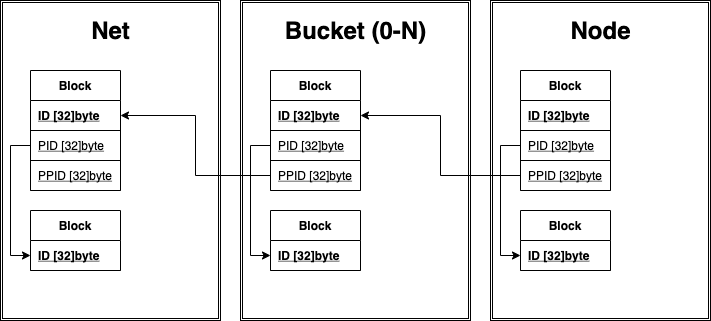
This is research/ledger.drawio.png from hulknet/hulk, a draw.io export, as it was before one commit. Source tidied: cells renumbered, new cells last; positions are measured from the earlier drawing's top-left corner, leaving out a move shared by most shapes.
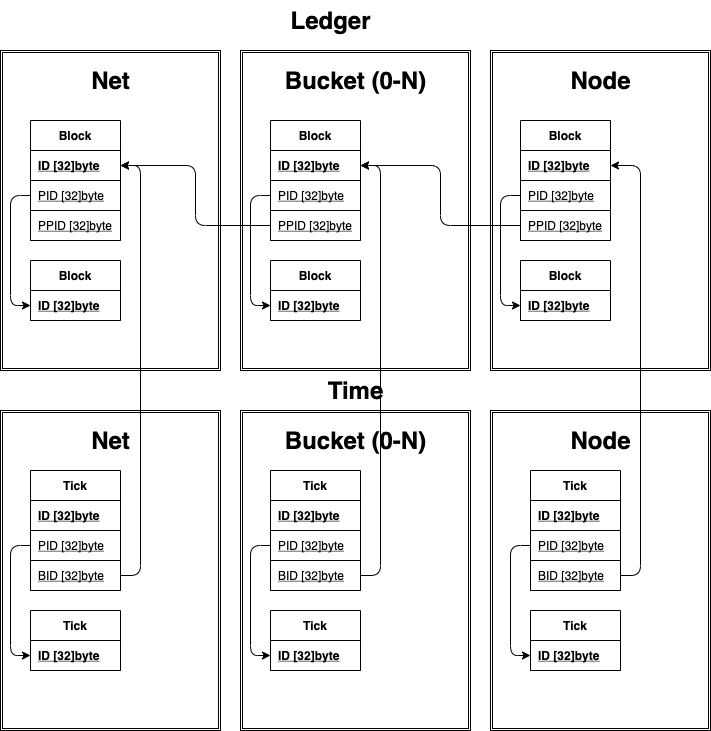
The same diagram one commit later.

What changed in the source:
```diff
@@ -2,6 +2,12 @@
   <root>
     <mxCell id="0" />
     <mxCell id="1" parent="0" />
+    <mxCell id="43" style="shape=ext;double=1;rounded=0;whiteSpace=wrap;html=1;" parent="1" vertex="1">
+      <mxGeometry y="360" width="220" height="320" as="geometry" />
+    </mxCell>
+    <mxCell id="44" value="Net" style="text;strokeColor=none;fillColor=none;html=1;fontSize=24;fontStyle=1;verticalAlign=middle;align=center;" parent="1" vertex="1">
+      <mxGeometry x="60" y="370" width="100" height="40" as="geometry" />
+    </mxCell>
     <mxCell id="2" style="shape=ext;double=1;rounded=0;whiteSpace=wrap;html=1;" parent="1" vertex="1">
       <mxGeometry width="220" height="320" as="geometry" />
     </mxCell>
@@ -50,9 +56,6 @@
     <mxCell id="17" value="ID [32]byte" style="shape=partialRectangle;overflow=hidden;fillColor=none;top=0;left=0;bottom=0;right=0;align=left;spacingLeft=6;fontStyle=5;" parent="16" vertex="1">
       <mxGeometry width="90" height="30" as="geometry" />
     </mxCell>
-    <mxCell id="18" style="edgeStyle=orthogonalEdgeStyle;rounded=0;jettySize=auto;html=1;exitX=0;exitY=0.5;exitDx=0;exitDy=0;entryX=0;entryY=0.5;entryDx=0;entryDy=0;" parent="1" edge="1" source="11" target="16">
-      <mxGeometry relative="1" as="geometry" />
-    </mxCell>
     <mxCell id="19" value="Block" style="shape=table;startSize=30;rowLines=0;fontStyle=1;align=center;" parent="1" vertex="1">
       <mxGeometry x="270" y="70" width="90" height="120" as="geometry" />
     </mxCell>
@@ -83,9 +86,6 @@
     <mxCell id="28" value="ID [32]byte" style="shape=partialRectangle;overflow=hidden;fillColor=none;top=0;left=0;bottom=0;right=0;align=left;spacingLeft=6;fontStyle=5;" parent="27" vertex="1">
       <mxGeometry width="90" height="30" as="geometry" />
     </mxCell>
-    <mxCell id="29" style="edgeStyle=orthogonalEdgeStyle;rounded=0;jettySize=auto;html=1;exitX=0;exitY=0.5;exitDx=0;exitDy=0;entryX=0;entryY=0.5;entryDx=0;entryDy=0;" parent="1" edge="1" source="22" target="27">
-      <mxGeometry relative="1" as="geometry" />
-    </mxCell>
     <mxCell id="30" value="Block" style="shape=table;startSize=30;rowLines=0;fontStyle=1;align=center;" parent="1" vertex="1">
       <mxGeometry x="520" y="70" width="90" height="120" as="geometry" />
     </mxCell>
@@ -116,14 +116,146 @@
     <mxCell id="39" value="ID [32]byte" style="shape=partialRectangle;overflow=hidden;fillColor=none;top=0;left=0;bottom=0;right=0;align=left;spacingLeft=6;fontStyle=5;" parent="38" vertex="1">
       <mxGeometry width="90" height="30" as="geometry" />
     </mxCell>
+    <mxCell id="45" value="Time" style="text;strokeColor=none;fillColor=none;html=1;fontSize=24;fontStyle=1;verticalAlign=middle;align=center;" parent="1" vertex="1">
+      <mxGeometry x="305" y="320" width="100" height="40" as="geometry" />
+    </mxCell>
+    <mxCell id="46" value="Tick" style="shape=table;startSize=30;rowLines=0;fontStyle=1;align=center;" parent="1" vertex="1">
+      <mxGeometry x="30" y="420" width="90" height="120" as="geometry" />
+    </mxCell>
+    <mxCell id="47" style="shape=partialRectangle;fillColor=none;top=0;left=0;right=0;bottom=1;" parent="46" vertex="1">
+      <mxGeometry y="30" width="90" height="30" as="geometry" />
+    </mxCell>
+    <mxCell id="48" value="ID [32]byte" style="shape=partialRectangle;overflow=hidden;fillColor=none;top=0;left=0;bottom=0;right=0;align=left;spacingLeft=6;fontStyle=5;" parent="47" vertex="1">
+      <mxGeometry width="90" height="30" as="geometry" />
+    </mxCell>
+    <mxCell id="49" style="shape=partialRectangle;fillColor=none;points=[[0,0.5],[1,0.5]];portConstraint=eastwest;top=0;left=0;right=0;bottom=1;" parent="46" vertex="1">
+      <mxGeometry y="60" width="90" height="30" as="geometry" />
+    </mxCell>
+    <mxCell id="50" value="PID [32]byte" style="shape=partialRectangle;overflow=hidden;fillColor=none;top=0;left=0;bottom=0;right=0;align=left;spacingLeft=6;fontStyle=4;" parent="49" vertex="1">
+      <mxGeometry width="90" height="30" as="geometry" />
+    </mxCell>
+    <mxCell id="51" style="shape=partialRectangle;fillColor=none;points=[[0,0.5],[1,0.5]];portConstraint=eastwest;top=0;left=0;right=0;bottom=1;" parent="46" vertex="1">
+      <mxGeometry y="90" width="90" height="30" as="geometry" />
+    </mxCell>
+    <mxCell id="52" value="BID [32]byte" style="shape=partialRectangle;overflow=hidden;fillColor=none;top=0;left=0;bottom=0;right=0;align=left;spacingLeft=6;fontStyle=4;" parent="51" vertex="1">
+      <mxGeometry width="90" height="30" as="geometry" />
+    </mxCell>
+    <mxCell id="53" value="Tick" style="shape=table;startSize=30;rowLines=0;fontStyle=1;align=center;" parent="1" vertex="1">
+      <mxGeometry x="30" y="560" width="90" height="60" as="geometry" />
+    </mxCell>
+    <mxCell id="54" style="shape=partialRectangle;fillColor=none;points=[[0,0.5],[1,0.5]];portConstraint=eastwest;top=0;left=0;right=0;bottom=1;" parent="53" vertex="1">
+      <mxGeometry y="30" width="90" height="30" as="geometry" />
+    </mxCell>
+    <mxCell id="55" value="ID [32]byte" style="shape=partialRectangle;overflow=hidden;fillColor=none;top=0;left=0;bottom=0;right=0;align=left;spacingLeft=6;fontStyle=5;" parent="54" vertex="1">
+      <mxGeometry width="90" height="30" as="geometry" />
+    </mxCell>
+    <mxCell id="56" value="Ledger" style="text;strokeColor=none;fillColor=none;html=1;fontSize=24;fontStyle=1;verticalAlign=middle;align=center;" parent="1" vertex="1">
+      <mxGeometry x="280" y="-50" width="100" height="40" as="geometry" />
+    </mxCell>
+    <mxCell id="18" style="edgeStyle=orthogonalEdgeStyle;rounded=1;jumpStyle=none;jettySize=auto;html=1;exitX=0;exitY=0.5;exitDx=0;exitDy=0;entryX=0;entryY=0.5;entryDx=0;entryDy=0;" parent="1" edge="1" source="11" target="16">
+      <mxGeometry relative="1" as="geometry" />
+    </mxCell>
+    <mxCell id="41" style="edgeStyle=orthogonalEdgeStyle;rounded=1;jumpStyle=none;jettySize=auto;html=1;exitX=0;exitY=0.5;exitDx=0;exitDy=0;" parent="1" edge="1" source="24" target="9">
+      <mxGeometry relative="1" as="geometry" />
+    </mxCell>
+    <mxCell id="29" style="edgeStyle=orthogonalEdgeStyle;rounded=1;jumpStyle=none;jettySize=auto;html=1;exitX=0;exitY=0.5;exitDx=0;exitDy=0;entryX=0;entryY=0.5;entryDx=0;entryDy=0;" parent="1" edge="1" source="22" target="27">
+      <mxGeometry relative="1" as="geometry" />
+    </mxCell>
+    <mxCell id="42" style="edgeStyle=orthogonalEdgeStyle;rounded=1;jumpStyle=none;jettySize=auto;html=1;exitX=0;exitY=0.5;exitDx=0;exitDy=0;entryX=1;entryY=0.5;entryDx=0;entryDy=0;" parent="1" edge="1" source="35" target="20">
+      <mxGeometry relative="1" as="geometry" />
+    </mxCell>
-    <mxCell id="40" style="edgeStyle=orthogonalEdgeStyle;rounded=0;jettySize=auto;html=1;exitX=0;exitY=0.5;exitDx=0;exitDy=0;entryX=0;entryY=0.5;entryDx=0;entryDy=0;" parent="1" edge="1" source="33" target="38">
+    <mxCell id="40" style="edgeStyle=orthogonalEdgeStyle;rounded=1;jumpStyle=none;jettySize=auto;html=1;exitX=0;exitY=0.5;exitDx=0;exitDy=0;entryX=0;entryY=0.5;entryDx=0;entryDy=0;" parent="1" edge="1" source="33" target="38">
       <mxGeometry relative="1" as="geometry" />
     </mxCell>
-    <mxCell id="41" style="edgeStyle=orthogonalEdgeStyle;rounded=0;jettySize=auto;html=1;exitX=0;exitY=0.5;exitDx=0;exitDy=0;entryX=1;entryY=0.5;entryDx=0;entryDy=0;" parent="1" edge="1" source="24" target="9">
-      <mxGeometry relative="1" as="geometry" />
-    </mxCell>
-    <mxCell id="42" style="edgeStyle=orthogonalEdgeStyle;rounded=0;jettySize=auto;html=1;exitX=0;exitY=0.5;exitDx=0;exitDy=0;entryX=1;entryY=0.5;entryDx=0;entryDy=0;" parent="1" edge="1" source="35" target="20">
-      <mxGeometry relative="1" as="geometry" />
-    </mxCell>
+    <mxCell id="57" style="edgeStyle=orthogonalEdgeStyle;rounded=1;jumpStyle=none;jettySize=auto;html=1;exitX=0;exitY=0.5;exitDx=0;exitDy=0;entryX=0;entryY=0.5;entryDx=0;entryDy=0;" parent="1" edge="1" source="49" target="54">
+      <mxGeometry relative="1" as="geometry" />
+    </mxCell>
+    <mxCell id="58" style="edgeStyle=orthogonalEdgeStyle;rounded=1;jumpStyle=none;jettySize=auto;html=1;exitX=1;exitY=0.5;exitDx=0;exitDy=0;entryX=1;entryY=0.5;entryDx=0;entryDy=0;" parent="1" edge="1" source="51" target="9">
+      <mxGeometry relative="1" as="geometry" />
+    </mxCell>
+    <mxCell id="59" style="shape=ext;double=1;rounded=0;whiteSpace=wrap;html=1;" parent="1" vertex="1">
+      <mxGeometry x="240" y="360" width="230" height="320" as="geometry" />
+    </mxCell>
+    <mxCell id="60" value="Bucket (0-N)" style="text;strokeColor=none;fillColor=none;html=1;fontSize=24;fontStyle=1;verticalAlign=middle;align=center;" parent="1" vertex="1">
+      <mxGeometry x="305" y="370" width="100" height="40" as="geometry" />
+    </mxCell>
+    <mxCell id="61" style="shape=ext;double=1;rounded=0;whiteSpace=wrap;html=1;" parent="1" vertex="1">
+      <mxGeometry x="490" y="360" width="220" height="320" as="geometry" />
+    </mxCell>
+    <mxCell id="62" value="Node" style="text;strokeColor=none;fillColor=none;html=1;fontSize=24;fontStyle=1;verticalAlign=middle;align=center;" parent="1" vertex="1">
+      <mxGeometry x="550" y="370" width="100" height="40" as="geometry" />
+    </mxCell>
+    <mxCell id="63" value="Tick" style="shape=table;startSize=30;rowLines=0;fontStyle=1;align=center;" parent="1" vertex="1">
+      <mxGeometry x="270" y="420" width="90" height="120" as="geometry" />
+    </mxCell>
+    <mxCell id="64" style="shape=partialRectangle;fillColor=none;top=0;left=0;right=0;bottom=1;" parent="63" vertex="1">
+      <mxGeometry y="30" width="90" height="30" as="geometry" />
+    </mxCell>
+    <mxCell id="65" value="ID [32]byte" style="shape=partialRectangle;overflow=hidden;fillColor=none;top=0;left=0;bottom=0;right=0;align=left;spacingLeft=6;fontStyle=5;" parent="64" vertex="1">
+      <mxGeometry width="90" height="30" as="geometry" />
+    </mxCell>
+    <mxCell id="66" style="shape=partialRectangle;fillColor=none;points=[[0,0.5],[1,0.5]];portConstraint=eastwest;top=0;left=0;right=0;bottom=1;" parent="63" vertex="1">
+      <mxGeometry y="60" width="90" height="30" as="geometry" />
+    </mxCell>
+    <mxCell id="67" value="PID [32]byte" style="shape=partialRectangle;overflow=hidden;fillColor=none;top=0;left=0;bottom=0;right=0;align=left;spacingLeft=6;fontStyle=4;" parent="66" vertex="1">
+      <mxGeometry width="90" height="30" as="geometry" />
+    </mxCell>
+    <mxCell id="68" style="shape=partialRectangle;fillColor=none;points=[[0,0.5],[1,0.5]];portConstraint=eastwest;top=0;left=0;right=0;bottom=1;" parent="63" vertex="1">
+      <mxGeometry y="90" width="90" height="30" as="geometry" />
+    </mxCell>
+    <mxCell id="69" value="BID [32]byte" style="shape=partialRectangle;overflow=hidden;fillColor=none;top=0;left=0;bottom=0;right=0;align=left;spacingLeft=6;fontStyle=4;" parent="68" vertex="1">
+      <mxGeometry width="90" height="30" as="geometry" />
+    </mxCell>
+    <mxCell id="70" value="Tick" style="shape=table;startSize=30;rowLines=0;fontStyle=1;align=center;" parent="1" vertex="1">
+      <mxGeometry x="270" y="560" width="90" height="60" as="geometry" />
+    </mxCell>
+    <mxCell id="71" style="shape=partialRectangle;fillColor=none;points=[[0,0.5],[1,0.5]];portConstraint=eastwest;top=0;left=0;right=0;bottom=1;" parent="70" vertex="1">
+      <mxGeometry y="30" width="90" height="30" as="geometry" />
+    </mxCell>
+    <mxCell id="72" value="ID [32]byte" style="shape=partialRectangle;overflow=hidden;fillColor=none;top=0;left=0;bottom=0;right=0;align=left;spacingLeft=6;fontStyle=5;" parent="71" vertex="1">
+      <mxGeometry width="90" height="30" as="geometry" />
+    </mxCell>
+    <mxCell id="73" style="edgeStyle=orthogonalEdgeStyle;rounded=1;jumpStyle=none;jettySize=auto;html=1;exitX=0;exitY=0.5;exitDx=0;exitDy=0;entryX=0;entryY=0.5;entryDx=0;entryDy=0;" parent="1" edge="1" source="66" target="71">
+      <mxGeometry relative="1" as="geometry" />
+    </mxCell>
+    <mxCell id="74" value="Tick" style="shape=table;startSize=30;rowLines=0;fontStyle=1;align=center;" parent="1" vertex="1">
+      <mxGeometry x="530" y="420" width="90" height="120" as="geometry" />
+    </mxCell>
+    <mxCell id="75" style="shape=partialRectangle;fillColor=none;top=0;left=0;right=0;bottom=1;" parent="74" vertex="1">
+      <mxGeometry y="30" width="90" height="30" as="geometry" />
+    </mxCell>
+    <mxCell id="76" value="ID [32]byte" style="shape=partialRectangle;overflow=hidden;fillColor=none;top=0;left=0;bottom=0;right=0;align=left;spacingLeft=6;fontStyle=5;" parent="75" vertex="1">
+      <mxGeometry width="90" height="30" as="geometry" />
+    </mxCell>
+    <mxCell id="77" style="shape=partialRectangle;fillColor=none;points=[[0,0.5],[1,0.5]];portConstraint=eastwest;top=0;left=0;right=0;bottom=1;" parent="74" vertex="1">
+      <mxGeometry y="60" width="90" height="30" as="geometry" />
+    </mxCell>
+    <mxCell id="78" value="PID [32]byte" style="shape=partialRectangle;overflow=hidden;fillColor=none;top=0;left=0;bottom=0;right=0;align=left;spacingLeft=6;fontStyle=4;" parent="77" vertex="1">
+      <mxGeometry width="90" height="30" as="geometry" />
+    </mxCell>
+    <mxCell id="79" style="shape=partialRectangle;fillColor=none;points=[[0,0.5],[1,0.5]];portConstraint=eastwest;top=0;left=0;right=0;bottom=1;" parent="74" vertex="1">
+      <mxGeometry y="90" width="90" height="30" as="geometry" />
+    </mxCell>
+    <mxCell id="80" value="BID [32]byte" style="shape=partialRectangle;overflow=hidden;fillColor=none;top=0;left=0;bottom=0;right=0;align=left;spacingLeft=6;fontStyle=4;" parent="79" vertex="1">
+      <mxGeometry width="90" height="30" as="geometry" />
+    </mxCell>
+    <mxCell id="81" value="Tick" style="shape=table;startSize=30;rowLines=0;fontStyle=1;align=center;" parent="1" vertex="1">
+      <mxGeometry x="530" y="560" width="90" height="60" as="geometry" />
+    </mxCell>
+    <mxCell id="82" style="shape=partialRectangle;fillColor=none;points=[[0,0.5],[1,0.5]];portConstraint=eastwest;top=0;left=0;right=0;bottom=1;" parent="81" vertex="1">
+      <mxGeometry y="30" width="90" height="30" as="geometry" />
+    </mxCell>
+    <mxCell id="83" value="ID [32]byte" style="shape=partialRectangle;overflow=hidden;fillColor=none;top=0;left=0;bottom=0;right=0;align=left;spacingLeft=6;fontStyle=5;" parent="82" vertex="1">
+      <mxGeometry width="90" height="30" as="geometry" />
+    </mxCell>
+    <mxCell id="84" style="edgeStyle=orthogonalEdgeStyle;rounded=1;jumpStyle=none;jettySize=auto;html=1;exitX=0;exitY=0.5;exitDx=0;exitDy=0;entryX=0;entryY=0.5;entryDx=0;entryDy=0;" parent="1" edge="1" source="77" target="82">
+      <mxGeometry relative="1" as="geometry" />
+    </mxCell>
+    <mxCell id="85" style="edgeStyle=orthogonalEdgeStyle;rounded=1;jumpStyle=none;jettySize=auto;html=1;exitX=1;exitY=0.5;exitDx=0;exitDy=0;entryX=1;entryY=0.5;entryDx=0;entryDy=0;" parent="1" edge="1" source="68" target="20">
+      <mxGeometry relative="1" as="geometry" />
+    </mxCell>
+    <mxCell id="86" style="edgeStyle=orthogonalEdgeStyle;rounded=1;jumpStyle=none;jettySize=auto;html=1;exitX=1;exitY=0.5;exitDx=0;exitDy=0;entryX=1;entryY=0.5;entryDx=0;entryDy=0;" parent="1" edge="1" source="79" target="31">
+      <mxGeometry relative="1" as="geometry" />
+    </mxCell>
   </root>
 </mxGraphModel>
```
